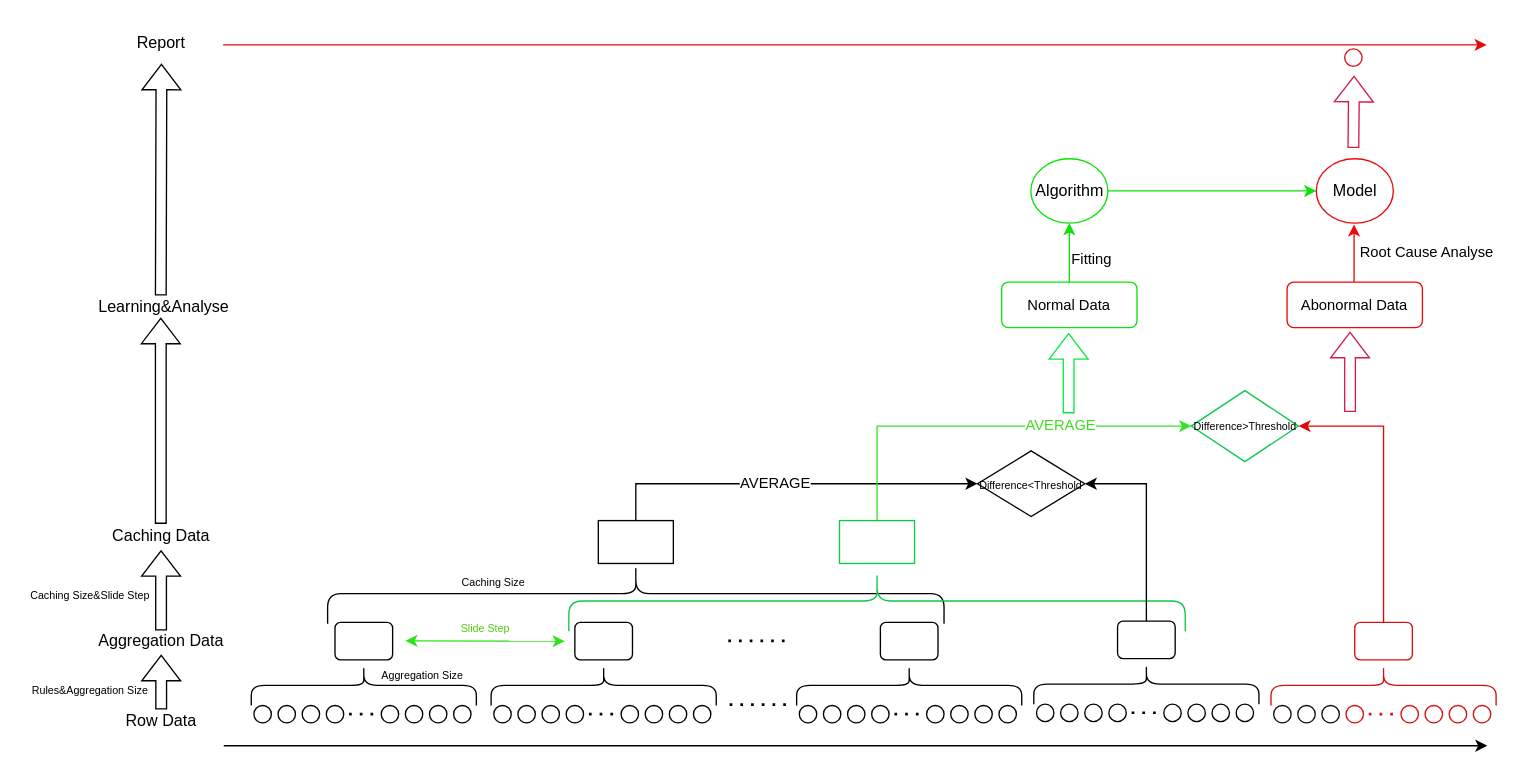
This is 未命名绘图.drawio from LiLiJacky/graphData, a draw.io file, before an edit. Source tidied: cells renumbered, new cells numbered last; positions are measured from the earlier drawing's top-left corner, leaving out a move shared by most shapes. Both pictures are drawn from the tidied source at 134%, with x=0, y=0 at pixel (23, 23).
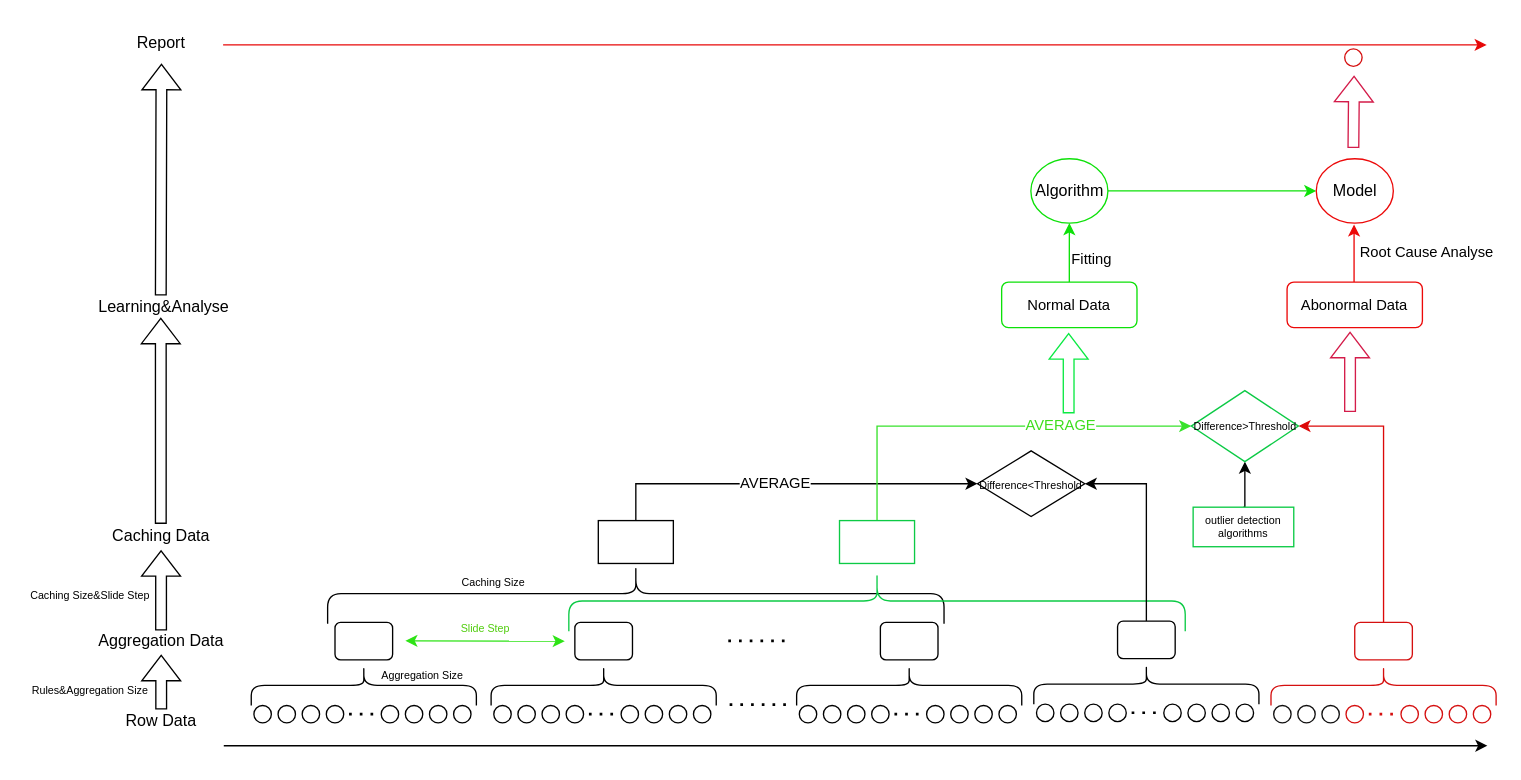
Above is the later version.

Commit message:
更新未命名绘图.drawio

The change refers to these unchanged cells:
```xml
<mxCell id="81" value="Difference&amp;gt;Threshold" style="rhombus;whiteSpace=wrap;html=1;strokeColor=#0cca45;rounded=0;fontSize=8;" parent="1" vertex="1">
  <mxGeometry x="871.5" y="274" width="80" height="53" as="geometry" />
</mxCell>
```

What changed in the source:
```diff
@@
+    <mxCell id="101" style="edgeStyle=orthogonalEdgeStyle;rounded=0;jettySize=auto;html=1;exitX=0.5;exitY=0;exitDx=0;exitDy=0;entryX=0.5;entryY=1;entryDx=0;entryDy=0;" parent="1" edge="1" source="102" target="81">
+      <mxGeometry relative="1" as="geometry" />
+    </mxCell>
@@
+    <mxCell id="102" value="outlier detection algorithms" style="whiteSpace=wrap;html=1;fontSize=8;strokeColor=#0cca45;rounded=0;" parent="1" vertex="1">
+      <mxGeometry x="872.9" y="361" width="75.1" height="29.5" as="geometry" />
+    </mxCell>
```
